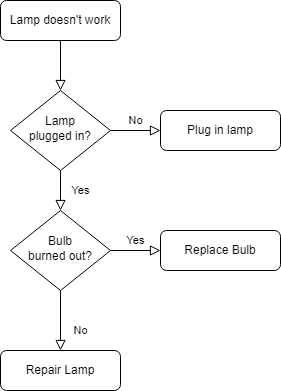
Above: Untitled Diagram.drawio.png in Miraculous-Sky/mini_project (draw.io), before the change. Source tidied: cells renumbered, new cells last; positions are measured from the earlier drawing's top-left corner, leaving out a move shared by most shapes.
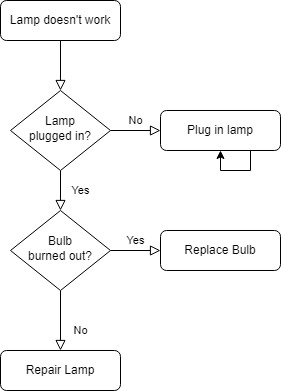
Later version of the same file.

Diff of the diagram source:
```diff
@@ -35,5 +35,8 @@
     <mxCell id="12" value="Replace Bulb" style="rounded=1;whiteSpace=wrap;html=1;fontSize=12;glass=0;strokeWidth=1;shadow=0;" parent="1" vertex="1">
       <mxGeometry x="160" y="230" width="120" height="40" as="geometry" />
     </mxCell>
+    <mxCell id="13" style="edgeStyle=orthogonalEdgeStyle;rounded=0;orthogonalLoop=1;jettySize=auto;html=1;exitX=0.75;exitY=1;exitDx=0;exitDy=0;" parent="1" edge="1" source="7" target="7">
+      <mxGeometry relative="1" as="geometry" />
+    </mxCell>
   </root>
 </mxGraphModel>
```
